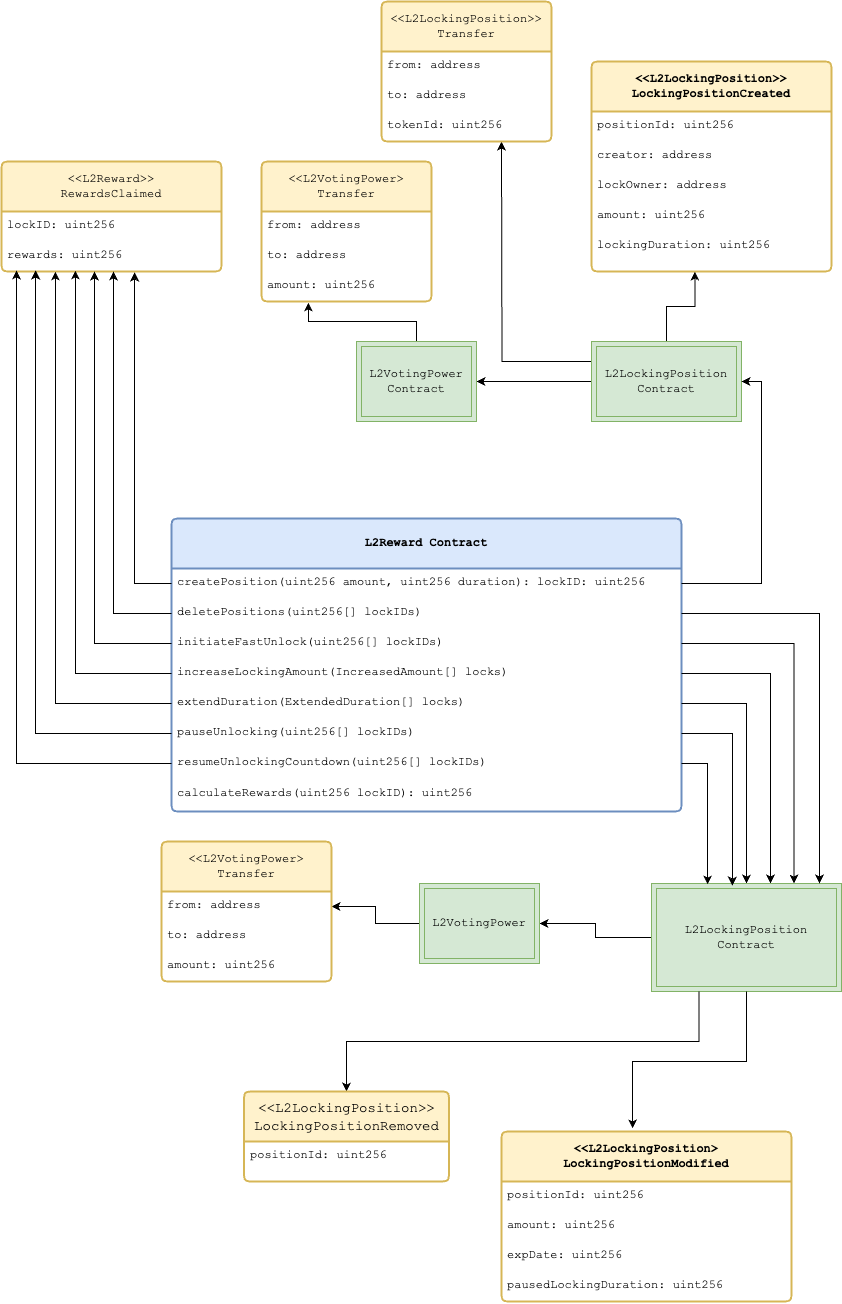
The draw.io diagram documentation/diagrams/l2reward_external_account_api_and_events.png in LiskHQ/lisk-contracts, before a commit. Source tidied: cells renumbered, new cells last; positions are measured from the earlier drawing's top-left corner, leaving out a move shared by most shapes.
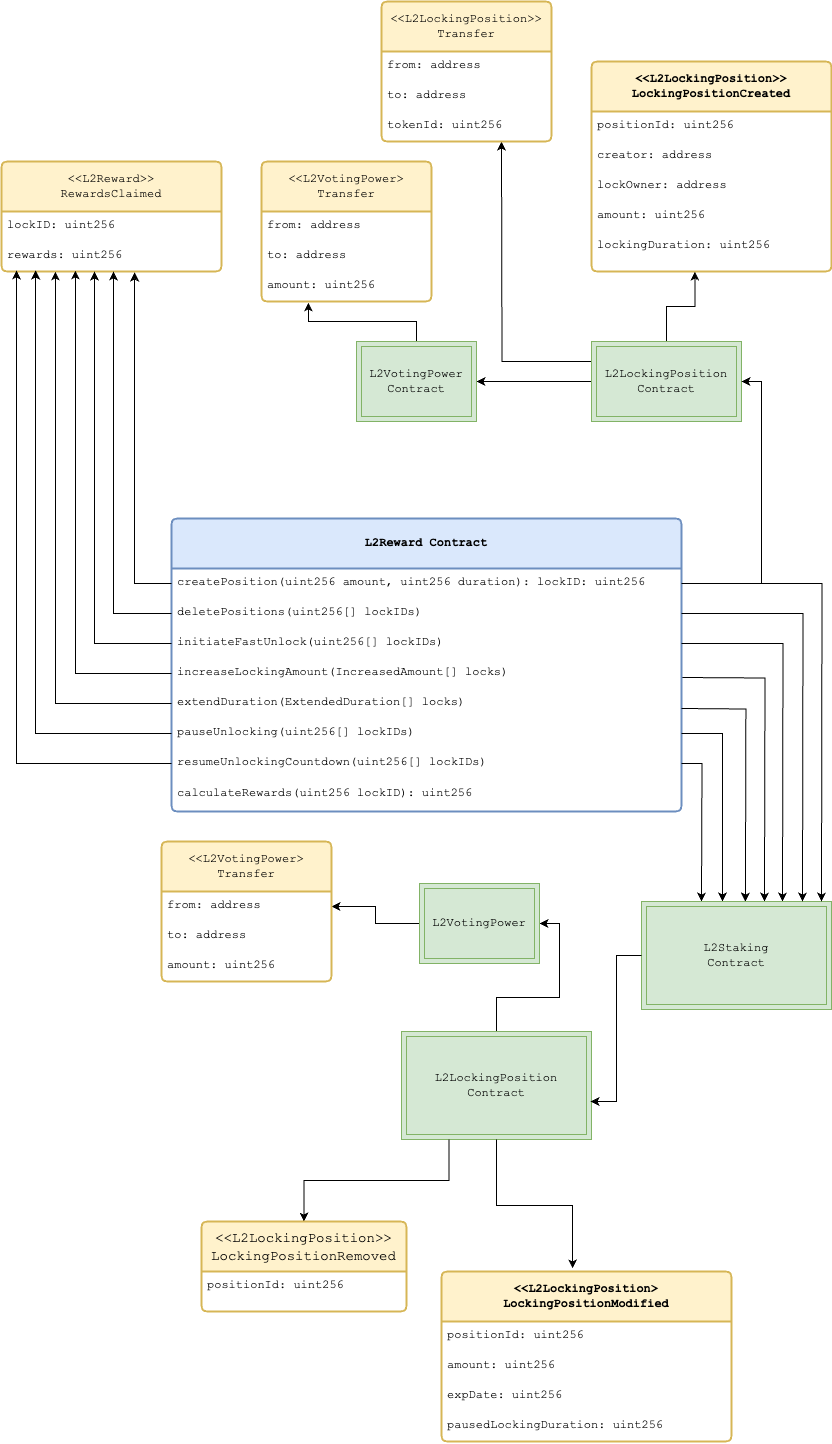
Later version of the same file.

Commit message:
Updates api diagram to include L2Staking Contract

Change to the diagram source:
```diff
@@ -75,7 +75,7 @@
       <mxGeometry y="170" width="240" height="40" as="geometry" />
     </mxCell>
     <mxCell id="26" value="&lt;b style=&quot;font-size: 12px;&quot;&gt;&amp;lt;&amp;lt;L2LockingPosition&amp;gt; LockingPositionModified&lt;/b&gt;" style="swimlane;horizontal=1;startSize=50;rounded=1;fontSize=12;fontStyle=0;strokeWidth=2;shadow=0;dashed=0;align=center;arcSize=4;whiteSpace=wrap;html=1;fillColor=#fff2cc;strokeColor=#d6b656;fontFamily=Courier New;" parent="1" vertex="1">
-      <mxGeometry x="500" y="1130" width="290" height="170" as="geometry" />
+      <mxGeometry x="440" y="1270" width="290" height="170" as="geometry" />
     </mxCell>
     <mxCell id="27" value="positionId: uint256" style="text;strokeColor=none;fillColor=none;spacingLeft=4;spacingRight=4;overflow=hidden;fontSize=12;whiteSpace=wrap;html=1;fontFamily=Courier New;" parent="26" vertex="1">
       <mxGeometry y="50" width="290" height="30" as="geometry" />
@@ -89,11 +89,17 @@
     <mxCell id="30" value="pausedLockingDuration: uint256" style="text;strokeColor=none;fillColor=none;spacingLeft=4;spacingRight=4;overflow=hidden;fontSize=12;whiteSpace=wrap;html=1;fontFamily=Courier New;" parent="26" vertex="1">
       <mxGeometry y="140" width="290" height="30" as="geometry" />
     </mxCell>
-    <mxCell id="31" style="edgeStyle=orthogonalEdgeStyle;rounded=0;jettySize=auto;html=1;fontFamily=Courier New;entryX=0.626;entryY=0;entryDx=0;entryDy=0;entryPerimeter=0;" parent="1" edge="1" source="10" target="47">
-      <mxGeometry relative="1" as="geometry" />
+    <mxCell id="31" style="edgeStyle=orthogonalEdgeStyle;rounded=0;orthogonalLoop=1;jettySize=auto;html=1;fontFamily=Courier New;entryX=0.642;entryY=-0.037;entryDx=0;entryDy=0;entryPerimeter=0;" parent="1" edge="1">
+      <mxGeometry relative="1" as="geometry">
+        <mxPoint x="681" y="676" as="sourcePoint" />
+        <mxPoint x="763" y="900" as="targetPoint" />
+      </mxGeometry>
     </mxCell>
-    <mxCell id="32" style="edgeStyle=orthogonalEdgeStyle;rounded=0;jettySize=auto;html=1;fontFamily=Courier New;entryX=0.5;entryY=0;entryDx=0;entryDy=0;" parent="1" edge="1" source="11" target="47">
-      <mxGeometry relative="1" as="geometry" />
+    <mxCell id="32" style="edgeStyle=orthogonalEdgeStyle;rounded=0;orthogonalLoop=1;jettySize=auto;html=1;fontFamily=Courier New;entryX=0.547;entryY=-0.046;entryDx=0;entryDy=0;entryPerimeter=0;" parent="1" edge="1">
+      <mxGeometry relative="1" as="geometry">
+        <mxPoint x="680" y="707" as="sourcePoint" />
+        <mxPoint x="743.9" y="900" as="targetPoint" />
+      </mxGeometry>
     </mxCell>
     <mxCell id="33" style="edgeStyle=orthogonalEdgeStyle;rounded=0;jettySize=auto;html=1;fontFamily=Courier New;fontSize=12;entryX=0.155;entryY=0.967;entryDx=0;entryDy=0;entryPerimeter=0;" parent="1" edge="1" source="12" target="4">
       <mxGeometry relative="1" as="geometry" />
@@ -140,7 +146,7 @@
       <mxGeometry relative="1" as="geometry" />
     </mxCell>
     <mxCell id="47" value="&lt;span style=&quot;font-weight: normal;&quot;&gt;L2LockingPosition&lt;/span&gt;&lt;div&gt;&lt;span style=&quot;font-weight: normal;&quot;&gt;Contract&lt;/span&gt;&lt;/div&gt;" style="shape=ext;margin=3;double=1;whiteSpace=wrap;html=1;align=center;fontFamily=Courier New;fontSize=12;fontStyle=1;fillColor=#d5e8d4;strokeColor=#82b366;" parent="1" vertex="1">
-      <mxGeometry x="650" y="882" width="190" height="108" as="geometry" />
+      <mxGeometry x="400" y="1030" width="190" height="108" as="geometry" />
     </mxCell>
     <mxCell id="48" style="edgeStyle=orthogonalEdgeStyle;rounded=0;jettySize=auto;html=1;entryX=0.452;entryY=-0.018;entryDx=0;entryDy=0;entryPerimeter=0;fontFamily=Courier New;" parent="1" edge="1" source="47" target="26">
       <mxGeometry relative="1" as="geometry" />
@@ -178,14 +184,18 @@
     <mxCell id="59" value="tokenId: uint256" style="text;strokeColor=none;fillColor=none;spacingLeft=4;spacingRight=4;overflow=hidden;fontSize=12;whiteSpace=wrap;html=1;fontFamily=Courier New;" parent="56" vertex="1">
       <mxGeometry y="110" width="170" height="30" as="geometry" />
     </mxCell>
-    <mxCell id="60" style="edgeStyle=orthogonalEdgeStyle;rounded=0;jettySize=auto;html=1;entryX=0.75;entryY=0;entryDx=0;entryDy=0;" parent="1" edge="1" source="9" target="47">
-      <mxGeometry relative="1" as="geometry" />
+    <mxCell id="60" style="edgeStyle=orthogonalEdgeStyle;rounded=0;jettySize=auto;html=1;exitX=1;exitY=0.5;exitDx=0;exitDy=0;" parent="1" edge="1" source="9">
+      <mxGeometry relative="1" as="geometry">
+        <mxPoint x="781" y="900" as="targetPoint" />
+      </mxGeometry>
     </mxCell>
-    <mxCell id="61" style="edgeStyle=orthogonalEdgeStyle;rounded=0;jettySize=auto;html=1;entryX=0.426;entryY=0.019;entryDx=0;entryDy=0;entryPerimeter=0;" parent="1" edge="1" source="12" target="47">
+    <mxCell id="61" style="edgeStyle=orthogonalEdgeStyle;rounded=0;jettySize=auto;html=1;entryX=0.426;entryY=0;entryDx=0;entryDy=0;entryPerimeter=0;" parent="1" edge="1" source="12" target="71">
       <mxGeometry relative="1" as="geometry" />
     </mxCell>
-    <mxCell id="62" style="edgeStyle=orthogonalEdgeStyle;rounded=0;jettySize=auto;html=1;entryX=0.295;entryY=0.009;entryDx=0;entryDy=0;entryPerimeter=0;" parent="1" edge="1" source="13" target="47">
-      <mxGeometry relative="1" as="geometry" />
+    <mxCell id="62" style="edgeStyle=orthogonalEdgeStyle;rounded=0;jettySize=auto;html=1;" parent="1" edge="1" source="13">
+      <mxGeometry relative="1" as="geometry">
+        <mxPoint x="700" y="900" as="targetPoint" />
+      </mxGeometry>
     </mxCell>
     <mxCell id="63" style="edgeStyle=orthogonalEdgeStyle;rounded=0;jettySize=auto;html=1;entryX=0.245;entryY=1;entryDx=0;entryDy=0;entryPerimeter=0;" parent="1" edge="1" source="11" target="4">
       <mxGeometry relative="1" as="geometry" />
@@ -203,13 +213,26 @@
       <mxGeometry relative="1" as="geometry" />
     </mxCell>
     <mxCell id="68" value="&lt;font face=&quot;Courier New&quot;&gt;&amp;lt;&amp;lt;L2LockingPosition&amp;gt;&amp;gt;&lt;/font&gt;&lt;div&gt;&lt;font face=&quot;Courier New&quot;&gt;LockingPositionRemoved&lt;/font&gt;&lt;/div&gt;" style="swimlane;horizontal=1;startSize=50;rounded=1;fontSize=14;fontStyle=0;strokeWidth=2;shadow=0;dashed=0;align=center;arcSize=4;whiteSpace=wrap;html=1;fillColor=#fff2cc;strokeColor=#d6b656;" parent="1" vertex="1">
-      <mxGeometry x="242.5" y="1090" width="205" height="90" as="geometry" />
+      <mxGeometry x="200" y="1220" width="205" height="90" as="geometry" />
     </mxCell>
     <mxCell id="69" value="positionId: uint256" style="text;strokeColor=none;fillColor=none;spacingLeft=4;spacingRight=4;overflow=hidden;fontSize=12;whiteSpace=wrap;html=1;fontFamily=Courier New;" parent="68" vertex="1">
       <mxGeometry y="50" width="205" height="40" as="geometry" />
     </mxCell>
-    <mxCell id="70" style="edgeStyle=orthogonalEdgeStyle;rounded=0;jettySize=auto;html=1;entryX=0.884;entryY=0;entryDx=0;entryDy=0;entryPerimeter=0;" parent="1" edge="1" source="8" target="47">
-      <mxGeometry relative="1" as="geometry" />
-    </mxCell>
+    <mxCell id="71" value="&lt;span style=&quot;font-weight: normal;&quot;&gt;L2Staking&lt;/span&gt;&lt;div&gt;&lt;span style=&quot;font-weight: normal;&quot;&gt;Contract&lt;/span&gt;&lt;/div&gt;" style="shape=ext;margin=3;double=1;whiteSpace=wrap;html=1;align=center;fontFamily=Courier New;fontSize=12;fontStyle=1;fillColor=#d5e8d4;strokeColor=#82b366;" parent="1" vertex="1">
+      <mxGeometry x="640" y="900" width="190" height="108" as="geometry" />
+    </mxCell>
+    <mxCell id="72" style="edgeStyle=orthogonalEdgeStyle;rounded=0;jettySize=auto;html=1;" parent="1" edge="1" source="8">
+      <mxGeometry relative="1" as="geometry">
+        <mxPoint x="801" y="900" as="targetPoint" />
+      </mxGeometry>
+    </mxCell>
+    <mxCell id="73" style="edgeStyle=orthogonalEdgeStyle;rounded=0;jettySize=auto;html=1;entryX=0.995;entryY=0.648;entryDx=0;entryDy=0;entryPerimeter=0;" parent="1" edge="1" source="71" target="47">
+      <mxGeometry relative="1" as="geometry" />
+    </mxCell>
+    <mxCell id="74" style="edgeStyle=orthogonalEdgeStyle;rounded=0;jettySize=auto;html=1;" parent="1" edge="1" source="7">
+      <mxGeometry relative="1" as="geometry">
+        <mxPoint x="820" y="900" as="targetPoint" />
+      </mxGeometry>
+    </mxCell>
   </root>
 </mxGraphModel>
```
